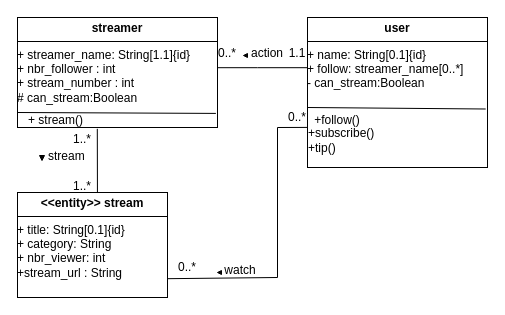
monority/.NET keeps this draw.io diagram as _UML/_exercice/_diag_ex5.drawio. Above is the earlier version. Source tidied: cells renumbered, new cells numbered last; positions are measured from the earlier drawing's top-left corner, leaving out a move shared by most shapes. Both pictures are drawn from the tidied source at 100%, with x=0, y=0 at pixel (17, 17).
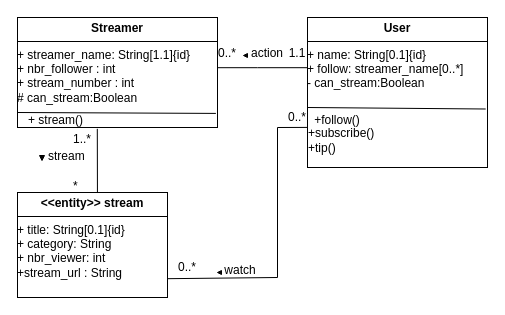
After the change.

Commit message:
DELETE : Useless relations

The edit, as a diff of the source:
```diff
@@
-    <mxCell id="2" value="&lt;p style=&quot;margin:0px;margin-top:4px;text-align:center;&quot;&gt;&lt;b&gt;streamer&lt;/b&gt;&lt;/p&gt;&lt;hr size=&quot;1&quot; style=&quot;border-style:solid;&quot;&gt;&lt;div style=&quot;height:2px;&quot;&gt;+ streamer_name: String[1.1]{id}&lt;br&gt;&lt;/div&gt;&lt;div style=&quot;height:2px;&quot;&gt;&lt;br&gt;&lt;/div&gt;&lt;div style=&quot;height:2px;&quot;&gt;&lt;br&gt;&lt;/div&gt;&lt;div style=&quot;height:2px;&quot;&gt;&lt;br&gt;&lt;/div&gt;&lt;div style=&quot;height:2px;&quot;&gt;&lt;br&gt;&lt;/div&gt;&lt;div style=&quot;height:2px;&quot;&gt;&lt;br&gt;&lt;/div&gt;&lt;div style=&quot;height:2px;&quot;&gt;&lt;br&gt;&lt;/div&gt;&lt;div style=&quot;height:2px;&quot;&gt;+ nbr_follower : int&lt;br&gt;&lt;/div&gt;&lt;div style=&quot;height:2px;&quot;&gt;&lt;br&gt;&lt;/div&gt;&lt;div style=&quot;height:2px;&quot;&gt;&lt;br&gt;&lt;/div&gt;&lt;div style=&quot;height:2px;&quot;&gt;&lt;br&gt;&lt;/div&gt;&lt;div style=&quot;height:2px;&quot;&gt;&lt;br&gt;&lt;/div&gt;&lt;div style=&quot;height:2px;&quot;&gt;&lt;br&gt;&lt;/div&gt;&lt;div style=&quot;height:2px;&quot;&gt;&lt;br&gt;&lt;/div&gt;&lt;div style=&quot;height:2px;&quot;&gt;+ stream_number : int&lt;br&gt;# can_stream:Boolean&lt;/div&gt;" style="verticalAlign=top;align=left;overflow=fill;html=1;whiteSpace=wrap;" parent="1" vertex="1">
+    <mxCell id="2" value="&lt;p style=&quot;margin:0px;margin-top:4px;text-align:center;&quot;&gt;&lt;b&gt;Streamer&lt;/b&gt;&lt;/p&gt;&lt;hr size=&quot;1&quot; style=&quot;border-style:solid;&quot;&gt;&lt;div style=&quot;height:2px;&quot;&gt;+ streamer_name: String[1.1]{id}&lt;br&gt;&lt;/div&gt;&lt;div style=&quot;height:2px;&quot;&gt;&lt;br&gt;&lt;/div&gt;&lt;div style=&quot;height:2px;&quot;&gt;&lt;br&gt;&lt;/div&gt;&lt;div style=&quot;height:2px;&quot;&gt;&lt;br&gt;&lt;/div&gt;&lt;div style=&quot;height:2px;&quot;&gt;&lt;br&gt;&lt;/div&gt;&lt;div style=&quot;height:2px;&quot;&gt;&lt;br&gt;&lt;/div&gt;&lt;div style=&quot;height:2px;&quot;&gt;&lt;br&gt;&lt;/div&gt;&lt;div style=&quot;height:2px;&quot;&gt;+ nbr_follower : int&lt;br&gt;&lt;/div&gt;&lt;div style=&quot;height:2px;&quot;&gt;&lt;br&gt;&lt;/div&gt;&lt;div style=&quot;height:2px;&quot;&gt;&lt;br&gt;&lt;/div&gt;&lt;div style=&quot;height:2px;&quot;&gt;&lt;br&gt;&lt;/div&gt;&lt;div style=&quot;height:2px;&quot;&gt;&lt;br&gt;&lt;/div&gt;&lt;div style=&quot;height:2px;&quot;&gt;&lt;br&gt;&lt;/div&gt;&lt;div style=&quot;height:2px;&quot;&gt;&lt;br&gt;&lt;/div&gt;&lt;div style=&quot;height:2px;&quot;&gt;+ stream_number : int&lt;br&gt;# can_stream:Boolean&lt;/div&gt;" style="verticalAlign=top;align=left;overflow=fill;html=1;whiteSpace=wrap;" parent="1" vertex="1">
       <mxGeometry width="200" height="110" as="geometry" />
     </mxCell>
@@
-    <mxCell id="6" value="1..*" style="text;strokeColor=none;fillColor=none;align=left;verticalAlign=top;spacingLeft=4;spacingRight=4;overflow=hidden;whiteSpace=wrap;html=1;" parent="1" vertex="1">
+    <mxCell id="6" value="*" style="text;strokeColor=none;fillColor=none;align=left;verticalAlign=top;spacingLeft=4;spacingRight=4;overflow=hidden;whiteSpace=wrap;html=1;" parent="1" vertex="1">
       <mxGeometry x="50" y="155" width="30" height="20" as="geometry" />
     </mxCell>
@@
-    <mxCell id="9" value="&lt;p style=&quot;margin:0px;margin-top:4px;text-align:center;&quot;&gt;&lt;b&gt;user&lt;/b&gt;&lt;/p&gt;&lt;hr size=&quot;1&quot; style=&quot;border-style:solid;&quot;&gt;&lt;div style=&quot;height:2px;&quot;&gt;+ name: String[0.1]{id}&lt;br&gt;&lt;/div&gt;&lt;div style=&quot;height:2px;&quot;&gt;&lt;br&gt;&lt;/div&gt;&lt;div style=&quot;height:2px;&quot;&gt;&lt;br&gt;&lt;/div&gt;&lt;div style=&quot;height:2px;&quot;&gt;&lt;br&gt;&lt;/div&gt;&lt;div style=&quot;height:2px;&quot;&gt;&lt;br&gt;&lt;/div&gt;&lt;div style=&quot;height:2px;&quot;&gt;&lt;br&gt;&lt;/div&gt;&lt;div style=&quot;height:2px;&quot;&gt;&lt;br&gt;&lt;/div&gt;&lt;div style=&quot;height:2px;&quot;&gt;+ follow: streamer_name[0..*]&lt;br&gt;&lt;/div&gt;&lt;div style=&quot;height:2px;&quot;&gt;&lt;br&gt;&lt;/div&gt;&lt;div style=&quot;height:2px;&quot;&gt;&lt;br&gt;&lt;/div&gt;&lt;div style=&quot;height:2px;&quot;&gt;&lt;br&gt;&lt;/div&gt;&lt;div style=&quot;height:2px;&quot;&gt;&lt;br&gt;&lt;/div&gt;&lt;div style=&quot;height:2px;&quot;&gt;&lt;br&gt;&lt;/div&gt;&lt;div style=&quot;height:2px;&quot;&gt;&lt;br&gt;&lt;/div&gt;&lt;div style=&quot;height:2px;&quot;&gt;- can_stream:Boolean&lt;br&gt;&lt;/div&gt;" style="verticalAlign=top;align=left;overflow=fill;html=1;whiteSpace=wrap;" parent="1" vertex="1">
+    <mxCell id="9" value="&lt;p style=&quot;margin:0px;margin-top:4px;text-align:center;&quot;&gt;&lt;b&gt;User&lt;/b&gt;&lt;/p&gt;&lt;hr size=&quot;1&quot; style=&quot;border-style:solid;&quot;&gt;&lt;div style=&quot;height:2px;&quot;&gt;+ name: String[0.1]{id}&lt;br&gt;&lt;/div&gt;&lt;div style=&quot;height:2px;&quot;&gt;&lt;br&gt;&lt;/div&gt;&lt;div style=&quot;height:2px;&quot;&gt;&lt;br&gt;&lt;/div&gt;&lt;div style=&quot;height:2px;&quot;&gt;&lt;br&gt;&lt;/div&gt;&lt;div style=&quot;height:2px;&quot;&gt;&lt;br&gt;&lt;/div&gt;&lt;div style=&quot;height:2px;&quot;&gt;&lt;br&gt;&lt;/div&gt;&lt;div style=&quot;height:2px;&quot;&gt;&lt;br&gt;&lt;/div&gt;&lt;div style=&quot;height:2px;&quot;&gt;+ follow: streamer_name[0..*]&lt;br&gt;&lt;/div&gt;&lt;div style=&quot;height:2px;&quot;&gt;&lt;br&gt;&lt;/div&gt;&lt;div style=&quot;height:2px;&quot;&gt;&lt;br&gt;&lt;/div&gt;&lt;div style=&quot;height:2px;&quot;&gt;&lt;br&gt;&lt;/div&gt;&lt;div style=&quot;height:2px;&quot;&gt;&lt;br&gt;&lt;/div&gt;&lt;div style=&quot;height:2px;&quot;&gt;&lt;br&gt;&lt;/div&gt;&lt;div style=&quot;height:2px;&quot;&gt;&lt;br&gt;&lt;/div&gt;&lt;div style=&quot;height:2px;&quot;&gt;- can_stream:Boolean&lt;br&gt;&lt;/div&gt;" style="verticalAlign=top;align=left;overflow=fill;html=1;whiteSpace=wrap;" parent="1" vertex="1">
       <mxGeometry x="290" width="180" height="150" as="geometry" />
     </mxCell>
```
